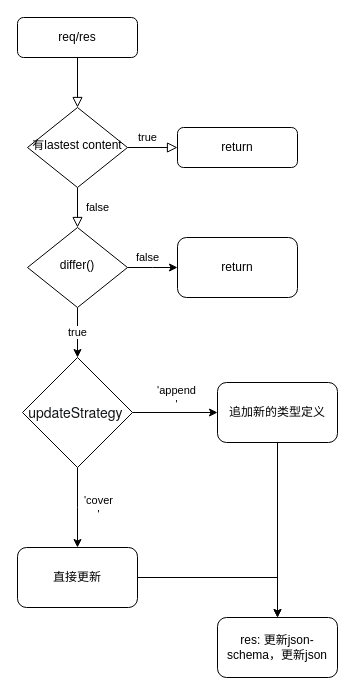
Earlier version of the draw.io diagram 执行逻辑.drawio (yy7054wyq5/API-types-automatic-converter). Source tidied: cells renumbered, new cells numbered last; positions are measured from the earlier drawing's top-left corner, leaving out a move shared by most shapes. Both pictures are drawn from the tidied source at 100%, with x=0, y=0 at pixel (17, 17).
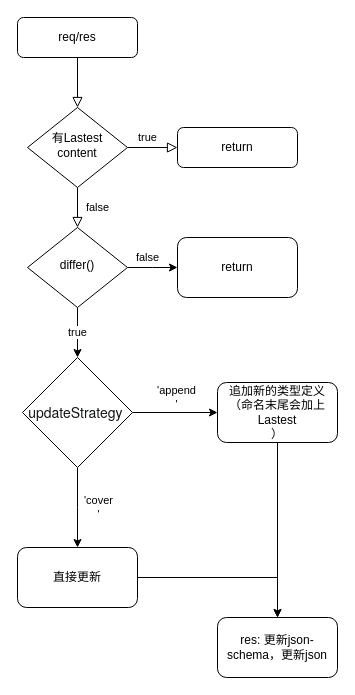
Above is the later version.

What changed in the source:
```diff
@@
-    <mxCell id="6" value="有lastest content" style="rhombus;whiteSpace=wrap;html=1;shadow=0;fontFamily=Helvetica;fontSize=12;align=center;strokeWidth=1;spacing=6;spacingTop=-4;" parent="1" vertex="1">
+    <mxCell id="6" value="有Lastest content" style="rhombus;whiteSpace=wrap;html=1;shadow=0;fontFamily=Helvetica;fontSize=12;align=center;strokeWidth=1;spacing=6;spacingTop=-4;" parent="1" vertex="1">
       <mxGeometry x="10" y="90" width="100" height="80" as="geometry" />
     </mxCell>
@@
-    <mxCell id="16" value="&lt;span style=&quot;font-family: &amp;#34;helvetica&amp;#34;&quot;&gt;追加新的类型定义&lt;/span&gt;" style="rounded=1;whiteSpace=wrap;html=1;" parent="1" vertex="1">
+    <mxCell id="16" value="&lt;span style=&quot;font-family: &amp;#34;helvetica&amp;#34;&quot;&gt;追加新的类型定义（命名末尾会加上L&lt;/span&gt;astest&lt;span style=&quot;font-family: &amp;#34;helvetica&amp;#34;&quot;&gt;&lt;br&gt;）&lt;/span&gt;" style="rounded=1;whiteSpace=wrap;html=1;" parent="1" vertex="1">
       <mxGeometry x="200" y="365" width="120" height="60" as="geometry" />
     </mxCell>
```
